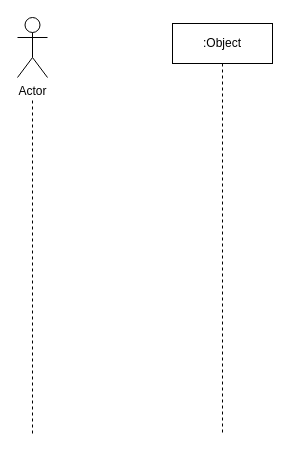
Before: 시분설_5번과제.drawio in dbsrudrla/diagram, a draw.io diagram. Source tidied: cells renumbered, new cells numbered last; positions are measured from the earlier drawing's top-left corner, leaving out a move shared by most shapes. Both pictures are drawn from the tidied source at 100%, with x=0, y=0 at pixel (17, 17).
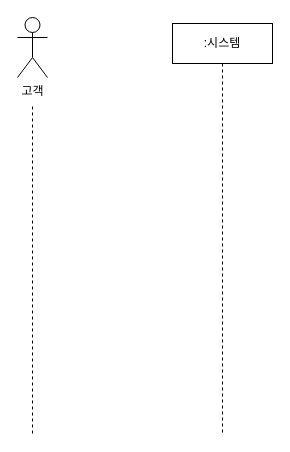
The same page after the edit.

Commit message (it also covers changes not shown here):
시분설_5번과제.drawio 업데이트

Change to the diagram source:
```diff
@@
 <mxGraphModel>
   <root>
     <mxCell id="0" />
     <mxCell id="1" parent="0" />
-    <mxCell id="2" value="Actor" style="shape=umlActor;verticalLabelPosition=bottom;verticalAlign=top;html=1;" parent="1" vertex="1">
+    <mxCell id="2" value="고객" style="shape=umlActor;verticalLabelPosition=bottom;verticalAlign=top;html=1;" parent="1" vertex="1">
       <mxGeometry width="30" height="60" as="geometry" />
     </mxCell>
     <mxCell id="3" style="endArrow=none;dashed=1;html=1;rounded=0;" parent="1" edge="1">
       <mxGeometry relative="1" as="geometry">
         <mxPoint x="15" y="416" as="sourcePoint" />
-        <mxPoint x="15" y="80" as="targetPoint" />
+        <mxPoint x="15" y="86" as="targetPoint" />
       </mxGeometry>
     </mxCell>
-    <mxCell id="4" value=":Object" style="shape=umlLifeline;perimeter=lifelinePerimeter;whiteSpace=wrap;html=1;newEdgeStyle={&quot;edgeStyle&quot;:&quot;elbowEdgeStyle&quot;,&quot;elbow&quot;:&quot;vertical&quot;,&quot;curved&quot;:0,&quot;rounded&quot;:0};" parent="1" vertex="1">
+    <mxCell id="4" value=":시스템" style="shape=umlLifeline;perimeter=lifelinePerimeter;whiteSpace=wrap;html=1;newEdgeStyle={&quot;edgeStyle&quot;:&quot;elbowEdgeStyle&quot;,&quot;elbow&quot;:&quot;vertical&quot;,&quot;curved&quot;:0,&quot;rounded&quot;:0};" parent="1" vertex="1">
       <mxGeometry x="155" y="6" width="100" height="410" as="geometry" />
     </mxCell>
   </root>
 </mxGraphModel>
```
